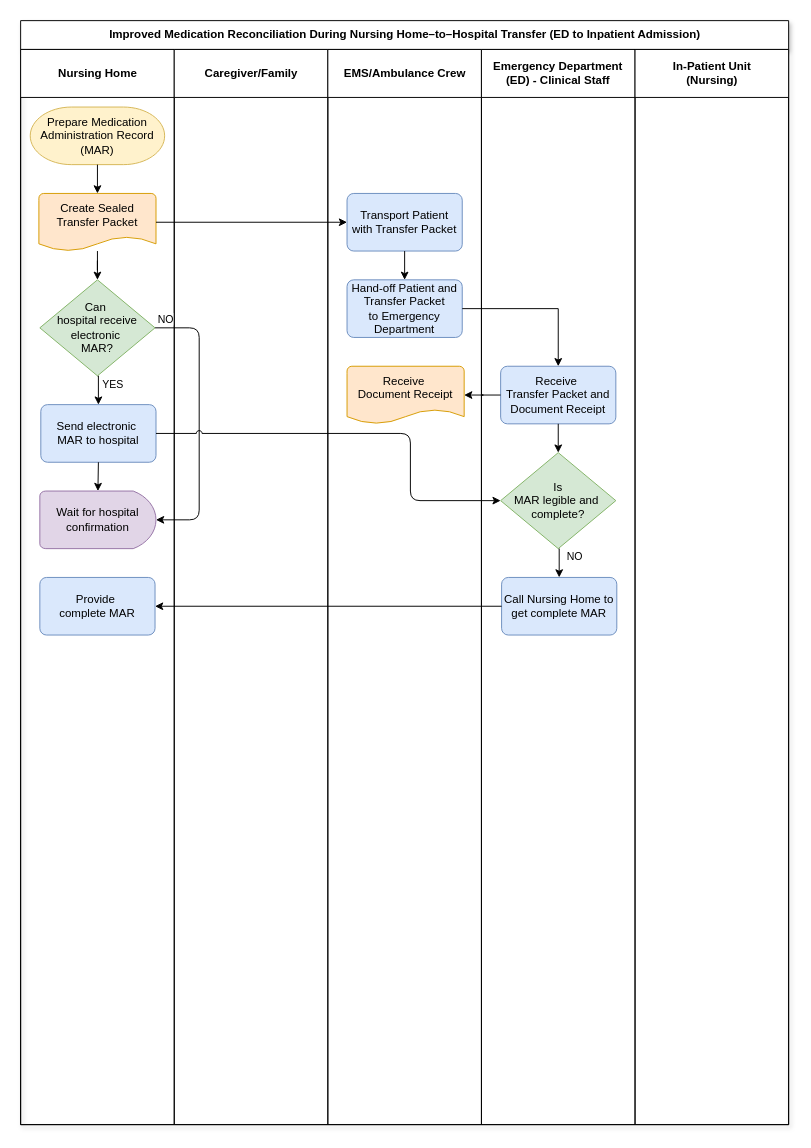
melmirasol/Case-Problem-6.2 keeps this draw.io diagram as Improved Process Chart.drawio. Above is the earlier version. Source tidied: cells renumbered, new cells numbered last; positions are measured from the earlier drawing's top-left corner, leaving out a move shared by most shapes. Both pictures are drawn from the tidied source at 96%, with x=0, y=0 at pixel (20, 20).
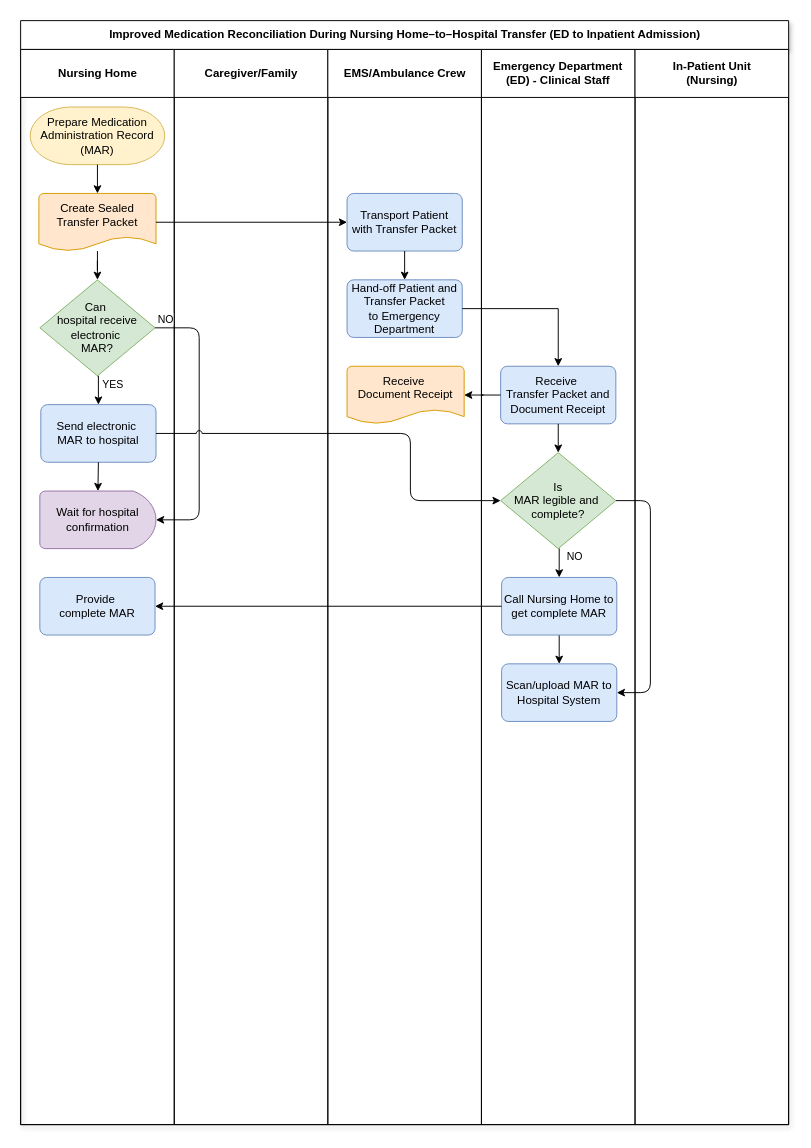
Above is the later version.

The change refers to these unchanged cells:
```xml
<mxCell id="22" value="Emergency Department (ED) -&amp;nbsp;&lt;span style=&quot;background-color: transparent; color: light-dark(rgb(0, 0, 0), rgb(255, 255, 255));&quot;&gt;Clinical&amp;nbsp;Staff&lt;/span&gt;" style="swimlane;startSize=50;html=1;whiteSpace=wrap;" parent="2" vertex="1">
  <mxGeometry x="480" y="30" width="160" height="1120" as="geometry" />
</mxCell>
<mxCell id="27" value="Is&lt;div&gt;MAR legible&amp;nbsp;&lt;span style=&quot;background-color: transparent; color: light-dark(rgb(0, 0, 0), rgb(255, 255, 255));&quot;&gt;and&amp;nbsp;&lt;/span&gt;&lt;/div&gt;&lt;div&gt;&lt;span style=&quot;background-color: transparent; color: light-dark(rgb(0, 0, 0), rgb(255, 255, 255));&quot;&gt;complete?&lt;/span&gt;&lt;/div&gt;" style="strokeWidth=1;html=1;shape=mxgraph.flowchart.decision;whiteSpace=wrap;fillColor=#d5e8d4;strokeColor=#82b366;" parent="22" vertex="1">
  <mxGeometry x="20" y="420" width="120" height="100" as="geometry" />
</mxCell>
<mxCell id="29" value="Call Nursing Home to get complete MAR" style="rounded=1;whiteSpace=wrap;html=1;absoluteArcSize=1;arcSize=14;strokeWidth=1;fillColor=#dae8fc;strokeColor=#6c8ebf;" parent="22" vertex="1">
  <mxGeometry x="21" y="550" width="120" height="60" as="geometry" />
</mxCell>
```

What changed in the source:
```diff
@@
+    <mxCell id="36" style="edgeStyle=orthogonalEdgeStyle;rounded=1;jettySize=auto;html=1;exitX=1;exitY=0.5;exitDx=0;exitDy=0;exitPerimeter=0;entryX=1;entryY=0.5;entryDx=0;entryDy=0;curved=0;" parent="22" edge="1" source="27" target="38">
+      <mxGeometry relative="1" as="geometry">
+        <Array as="points">
+          <mxPoint x="176" y="470" />
+          <mxPoint x="176" y="670" />
+        </Array>
+      </mxGeometry>
+    </mxCell>
@@
+    <mxCell id="37" style="edgeStyle=orthogonalEdgeStyle;rounded=0;jettySize=auto;html=1;exitX=0.5;exitY=1;exitDx=0;exitDy=0;entryX=0.5;entryY=0;entryDx=0;entryDy=0;" parent="22" edge="1" source="29" target="38">
+      <mxGeometry relative="1" as="geometry" />
+    </mxCell>
@@
+    <mxCell id="38" value="Scan/upload MAR to Hospital System" style="rounded=1;whiteSpace=wrap;html=1;absoluteArcSize=1;arcSize=14;strokeWidth=1;fillColor=#dae8fc;strokeColor=#6c8ebf;" parent="22" vertex="1">
+      <mxGeometry x="21" y="640" width="120" height="60" as="geometry" />
+    </mxCell>
```
